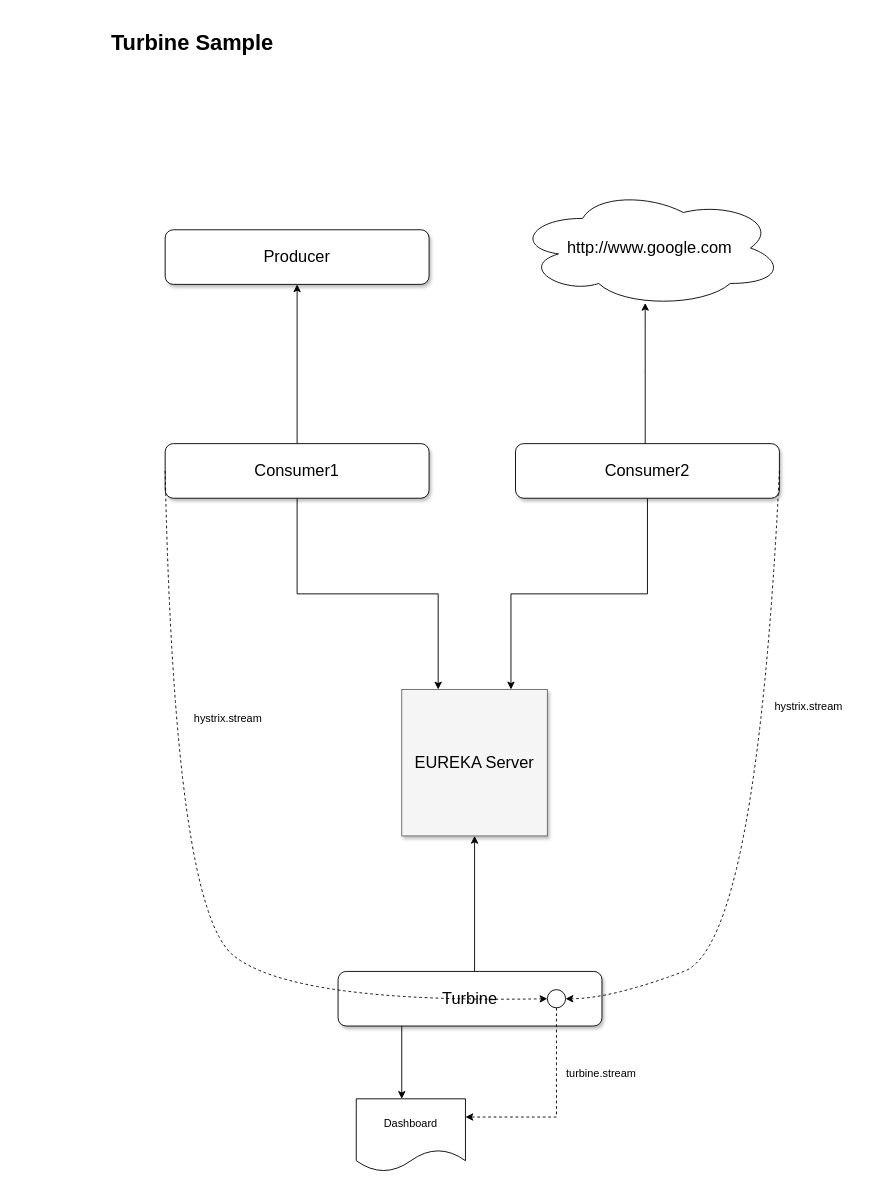
Before: turbine-sample.drawio in usmananwar/turbine-sample, a draw.io diagram. Source tidied: cells renumbered, new cells numbered last; positions are measured from the earlier drawing's top-left corner, leaving out a move shared by most shapes. Both pictures are drawn from the tidied source at 91%, with x=0, y=0 at pixel (19, 25).
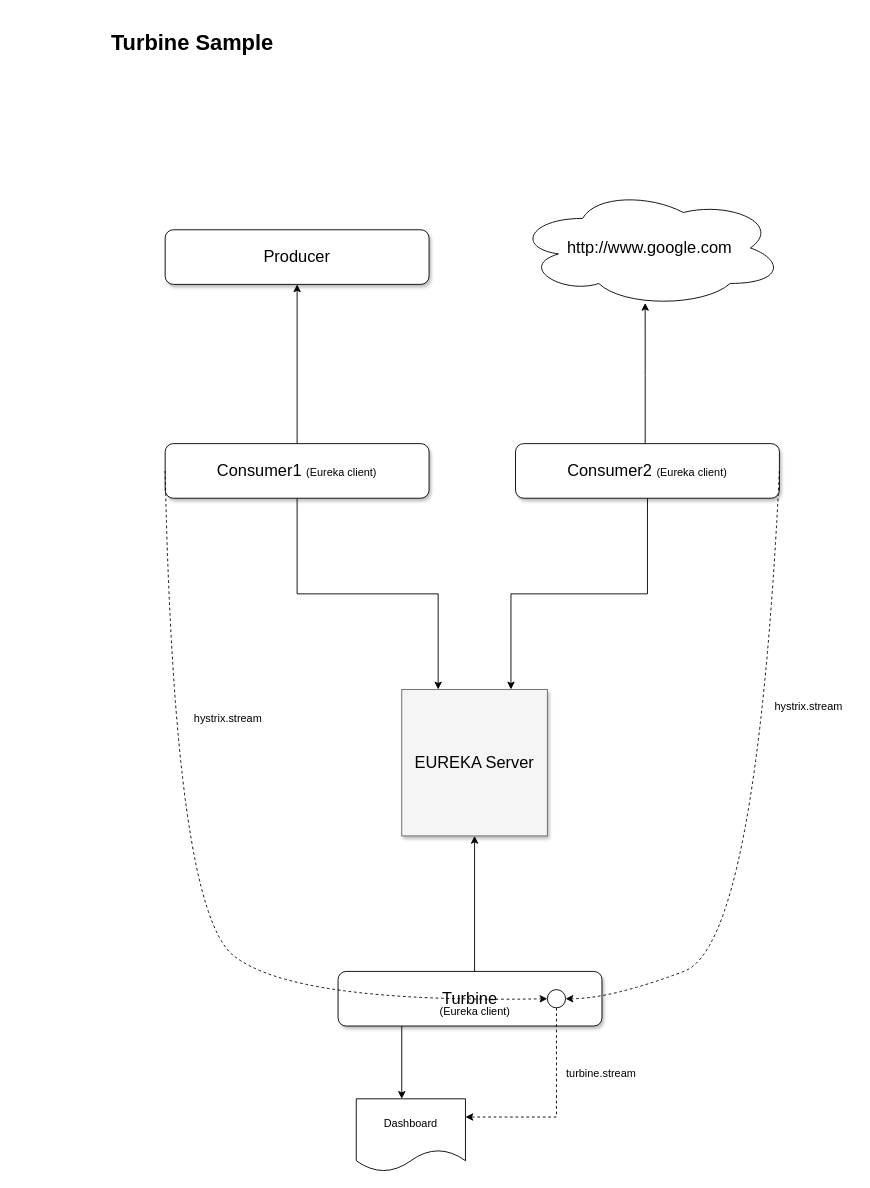
The same page after the edit.

The edit, as a diff of the source:
```diff
@@
-    <mxCell id="6" value="Consumer2" style="whiteSpace=wrap;html=1;shadow=1;fontSize=18;rounded=1;" parent="1" vertex="1">
+    <mxCell id="6" value="Consumer2&amp;nbsp;&lt;span style=&quot;font-size: 12px&quot;&gt;(Eureka client)&lt;/span&gt;" style="whiteSpace=wrap;html=1;shadow=1;fontSize=18;rounded=1;" parent="1" vertex="1">
       <mxGeometry x="545" y="460" width="290" height="60" as="geometry" />
     </mxCell>
@@
-    <mxCell id="9" value="Consumer1" style="whiteSpace=wrap;html=1;shadow=1;fontSize=18;rounded=1;" parent="1" vertex="1">
+    <mxCell id="9" value="Consumer1 &lt;font style=&quot;font-size: 12px&quot;&gt;(Eureka client)&lt;/font&gt;" style="whiteSpace=wrap;html=1;shadow=1;fontSize=18;rounded=1;" parent="1" vertex="1">
       <mxGeometry x="160" y="460" width="290" height="60" as="geometry" />
     </mxCell>
@@
+    <mxCell id="23" value="(Eureka client)" style="text;html=1;" parent="1" vertex="1">
+      <mxGeometry x="460" y="1070" width="100" height="30" as="geometry" />
+    </mxCell>
```
